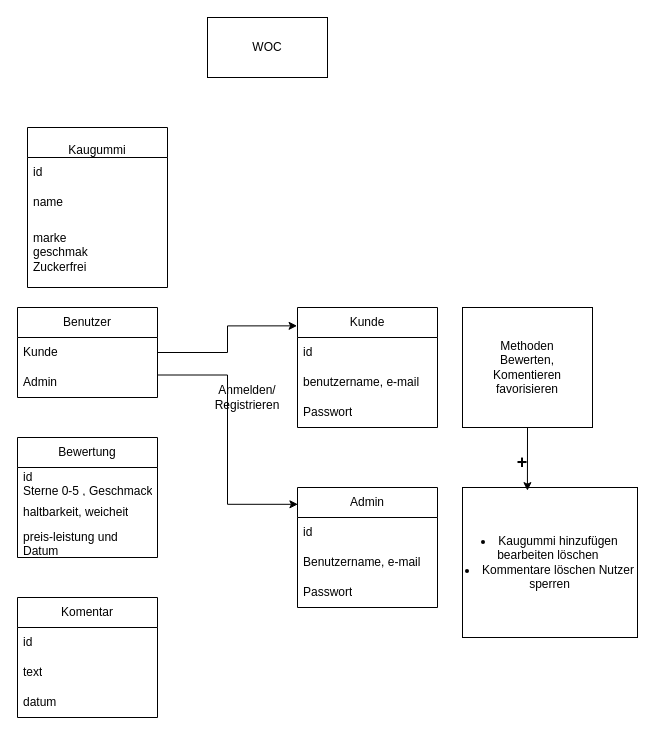
This is WOC.drawio from Vinci4600/World-of-Chewing-gum, a draw.io file, before an edit. Source tidied: cells renumbered, new cells numbered last; positions are measured from the earlier drawing's top-left corner, leaving out a move shared by most shapes. Both pictures are drawn from the tidied source at 100%, with x=0, y=0 at pixel (17, 17).
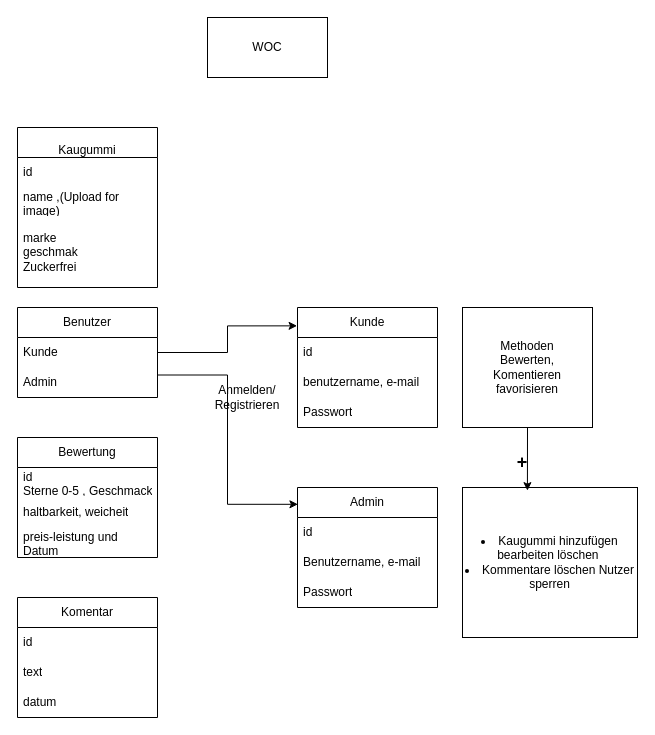
After the change.

Commit message:
add image URL to Kaugummi in the class diagramm

The edit, as a diff of the source:
```diff
@@
     <mxCell id="3" value="&lt;br&gt;&lt;div&gt;Kaugummi&lt;/div&gt;" style="swimlane;fontStyle=0;horizontal=1;startSize=30;whiteSpace=wrap;html=1;" parent="1" vertex="1">
-      <mxGeometry x="10" y="110" width="140" height="160" as="geometry" />
+      <mxGeometry y="110" width="140" height="160" as="geometry" />
     </mxCell>
@@
-    <mxCell id="5" value="name" style="text;strokeColor=none;fillColor=none;align=left;verticalAlign=middle;spacingLeft=4;spacingRight=4;overflow=hidden;whiteSpace=wrap;html=1;" parent="3" vertex="1">
+    <mxCell id="5" value="name ,(Upload for image)" style="text;strokeColor=none;fillColor=none;align=left;verticalAlign=middle;spacingLeft=4;spacingRight=4;overflow=hidden;whiteSpace=wrap;html=1;" parent="3" vertex="1">
       <mxGeometry y="60" width="140" height="30" as="geometry" />
     </mxCell>
```
